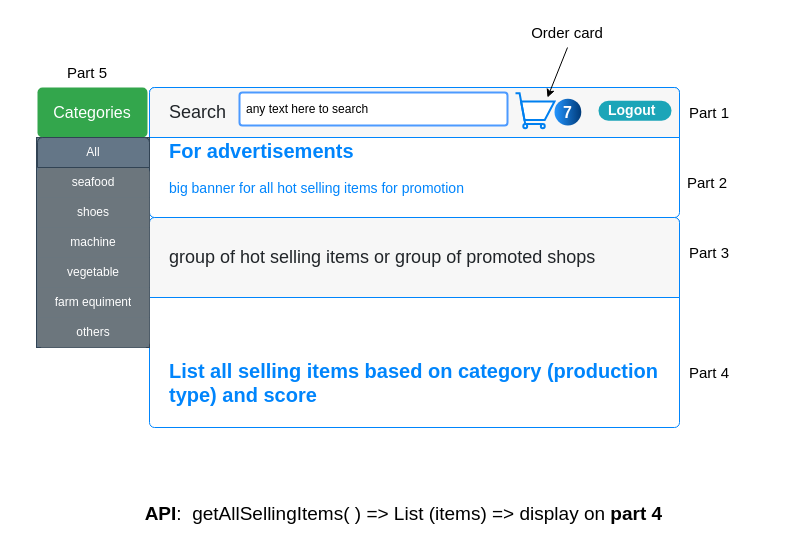
Earlier version of the draw.io diagram page "online_market" (3 of 4) of farm.drawio (letrthang/design). Source tidied: cells renumbered, new cells numbered last; positions are measured from the earlier drawing's top-left corner, leaving out a move shared by most shapes. Both pictures are drawn from the tidied source at 100%, with x=0, y=0 at pixel (17, 17).
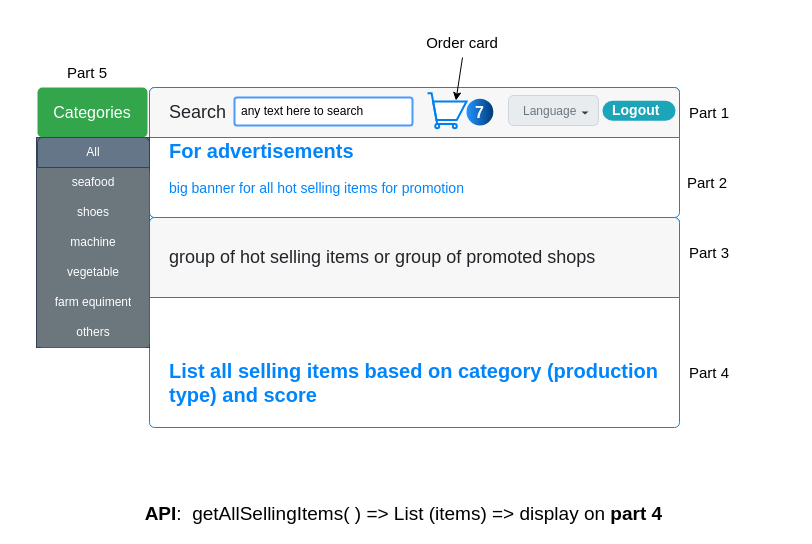
Above is the later version.

The change refers to these unchanged cells:
```xml
<mxCell id="2" value="&lt;b&gt;&lt;font style=&quot;font-size: 20px&quot;&gt;For advertisements&lt;/font&gt;&lt;/b&gt;&lt;br style=&quot;font-size: 14px&quot;&gt;&lt;br style=&quot;font-size: 14px&quot;&gt;big banner for all hot selling items for promotion" style="html=1;shadow=0;dashed=0;shape=mxgraph.bootstrap.rrect;rSize=5;strokeColor=#0085FC;html=1;whiteSpace=wrap;fillColor=#ffffff;fontColor=#0085FC;verticalAlign=bottom;align=left;spacing=20;spacingBottom=0;fontSize=14;" parent="1" vertex="1">
  <mxGeometry x="132" y="70" width="530" height="130" as="geometry" />
</mxCell>
```

The edit, as a diff of the source:
```diff
@@
     <mxCell id="4" value="Logout" style="rounded=1;whiteSpace=wrap;html=1;arcSize=50;strokeColor=none;strokeWidth=1;fillColor=#1CA5B8;fontColor=#ffffff;whiteSpace=wrap;align=left;verticalAlign=middle;spacingLeft=0;fontStyle=1;fontSize=14;spacing=10;" parent="2" vertex="1">
-      <mxGeometry x="449" y="13.2" width="73" height="20" as="geometry" />
+      <mxGeometry x="453" y="13.2" width="73" height="20" as="geometry" />
     </mxCell>
     <mxCell id="5" value="7" style="ellipse;whiteSpace=wrap;html=1;rotation=0;gradientColor=#003A78;strokeColor=none;gradientDirection=east;fillColor=#2395FF;rounded=0;fontFamily=Helvetica;fontSize=16;fontColor=#FFFFFF;spacingTop=4;spacingBottom=4;spacingLeft=4;spacingRight=4;fontStyle=1;" parent="2" vertex="1">
-      <mxGeometry x="405" y="11.2" width="26.8" height="26.8" as="geometry" />
+      <mxGeometry x="317" y="11.2" width="26.8" height="26.8" as="geometry" />
     </mxCell>
     <mxCell id="6" style="html=1;verticalLabelPosition=bottom;align=center;labelBackgroundColor=#ffffff;verticalAlign=top;strokeWidth=2;strokeColor=#0080F0;shadow=0;dashed=0;shape=mxgraph.ios7.icons.shopping_cart;" parent="2" vertex="1">
-      <mxGeometry x="366" y="5.7" width="39" height="35" as="geometry" />
+      <mxGeometry x="278" y="5.7" width="39" height="35" as="geometry" />
     </mxCell>
+    <mxCell id="28" value="&lt;font style=&quot;font-size: 12px;&quot;&gt;Language&lt;/font&gt;" style="html=1;shadow=0;dashed=0;shape=mxgraph.bootstrap.rrect;rSize=5;fillColor=#E9ECEF;strokeColor=#CED4DA;align=left;spacing=15;fontSize=14;fontColor=#6C767D;" parent="2" vertex="1">
+      <mxGeometry x="359" y="8" width="90" height="30" as="geometry" />
+    </mxCell>
+    <mxCell id="29" style="shape=triangle;direction=south;fillColor=#343A40;strokeColor=none;perimeter=none;" parent="28" vertex="1">
+      <mxGeometry x="1" y="0.5" width="7" height="3" relative="1" as="geometry">
+        <mxPoint x="-17" y="1" as="offset" />
+      </mxGeometry>
+    </mxCell>
     <mxCell id="7" value="any text here to search" style="rounded=1;arcSize=9;align=left;spacingLeft=5;strokeColor=#4C9AFF;html=1;strokeWidth=2;fontSize=12;" parent="1" vertex="1">
-      <mxGeometry x="222" y="75" width="268" height="33" as="geometry" />
+      <mxGeometry x="217" y="80" width="178" height="28" as="geometry" />
     </mxCell>
@@
-    <mxCell id="17" style="endArrow=classic;html=1;rounded=0;exitX=0.5;exitY=1;exitDx=0;exitDy=0;" parent="1" edge="1" source="18">
-      <mxGeometry relative="1" as="geometry">
-        <mxPoint x="530" y="80" as="targetPoint" />
-      </mxGeometry>
+    <mxCell id="17" style="endArrow=classic;html=1;rounded=0;exitX=0.5;exitY=1;exitDx=0;exitDy=0;entryX=0.729;entryY=0.209;entryDx=0;entryDy=0;entryPerimeter=0;" parent="1" edge="1" source="18" target="6">
+      <mxGeometry relative="1" as="geometry" />
     </mxCell>
     <mxCell id="18" value="&lt;font style=&quot;font-size: 15px;&quot;&gt;Order card&lt;/font&gt;" style="text;html=1;align=center;verticalAlign=middle;whiteSpace=wrap;rounded=0;" parent="1" vertex="1">
-      <mxGeometry x="500" width="100" height="30" as="geometry" />
+      <mxGeometry x="395" y="10" width="100" height="30" as="geometry" />
     </mxCell>
```
